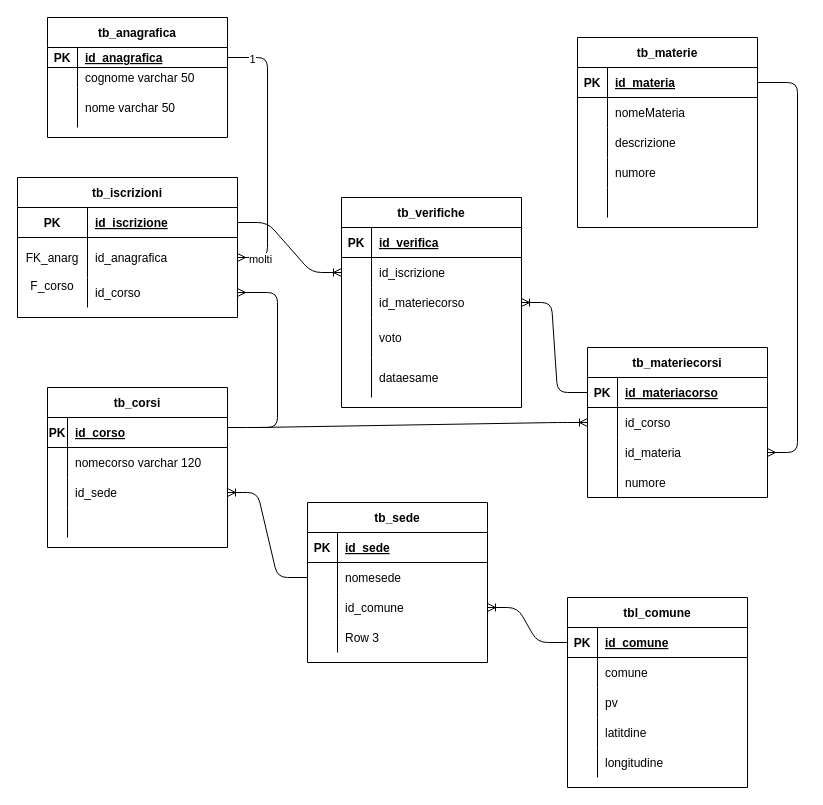
andreabesso/andreabesso keeps this draw.io diagram as Untitled Diagram.drawio. Above is the earlier version. Source tidied: cells renumbered, new cells numbered last; positions are measured from the earlier drawing's top-left corner, leaving out a move shared by most shapes. Both pictures are drawn from the tidied source at 100%, with x=0, y=0 at pixel (17, 17).
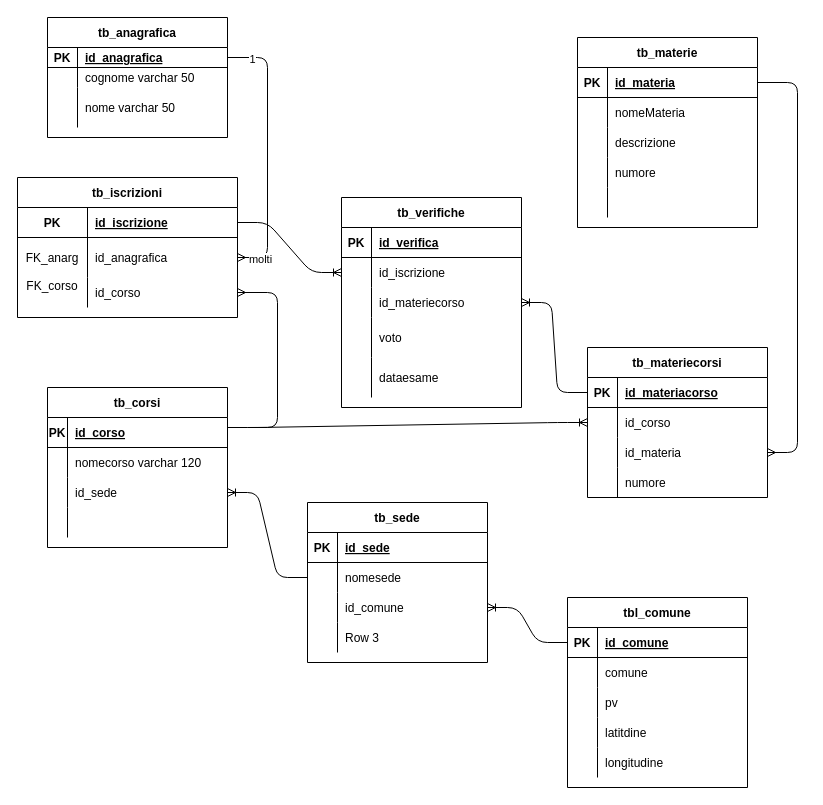
The same page after the edit.

Unchanged cells that the change refers to:
```xml
<mxCell id="19" style="shape=partialRectangle;fillColor=none;top=0;left=0;bottom=0;right=0;points=[[0,0.5],[1,0.5]];portConstraint=eastwest;" parent="12" vertex="1">
  <mxGeometry y="100" width="220" height="30" as="geometry" />
</mxCell>
```

What changed in the source:
```diff
@@
-    <mxCell id="20" value="F_corso&#10;" style="shape=partialRectangle;fillColor=none;top=0;left=0;bottom=0;right=0;overflow=hidden;" parent="19" vertex="1">
+    <mxCell id="20" value="FK_corso&#10;" style="shape=partialRectangle;fillColor=none;top=0;left=0;bottom=0;right=0;overflow=hidden;" parent="19" vertex="1">
       <mxGeometry width="70" height="30" as="geometry" />
     </mxCell>
```
